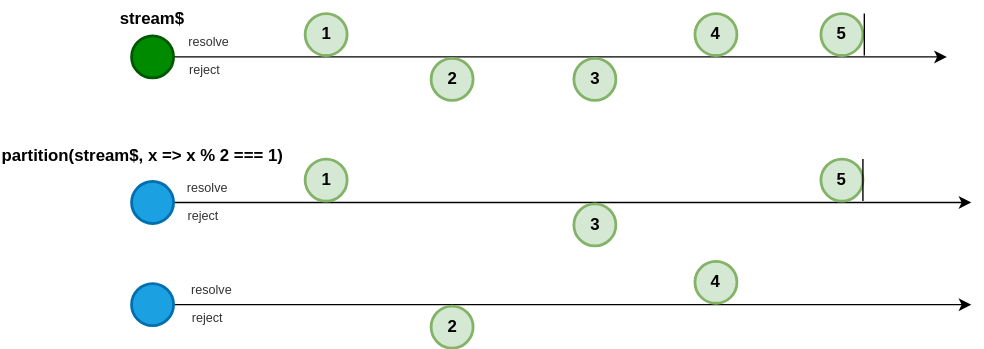
Before: docs/public/partition.drawio.svg, a diagram exported from draw.io (fluthjs/fluth-doc). Source tidied: cells renumbered, new cells last; positions are measured from the earlier drawing's top-left corner, leaving out a move shared by most shapes.
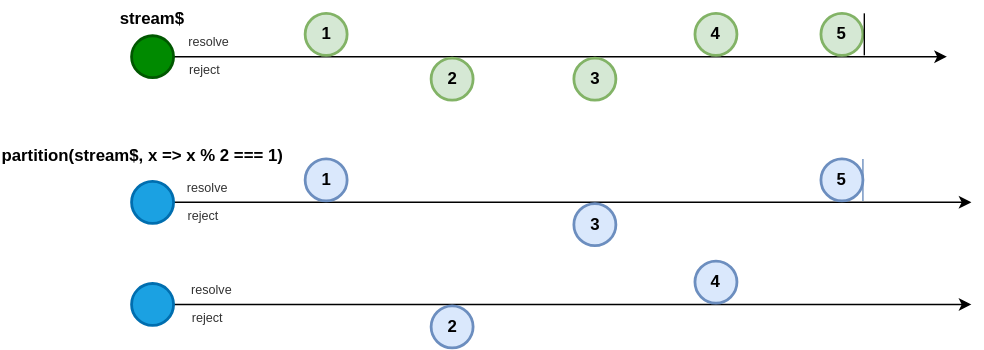
After the change.

The edit, as a diff of the source:
```diff
@@ -45,16 +45,16 @@
         <mxPoint x="618" y="9" as="targetPoint" />
       </mxGeometry>
     </mxCell>
-    <mxCell id="14" value="1" style="ellipse;whiteSpace=wrap;html=1;strokeWidth=2;fontStyle=1;fillColor=#d5e8d4;strokeColor=#82b366;" parent="1" vertex="1">
+    <mxCell id="14" value="1" style="ellipse;whiteSpace=wrap;html=1;strokeWidth=2;fontStyle=1;fillColor=#dae8fc;strokeColor=#6c8ebf;" parent="1" vertex="1">
       <mxGeometry x="218.5" y="113" width="30" height="30" as="geometry" />
     </mxCell>
-    <mxCell id="15" value="3" style="ellipse;whiteSpace=wrap;html=1;strokeWidth=2;fontStyle=1;fillColor=#d5e8d4;strokeColor=#82b366;" parent="1" vertex="1">
+    <mxCell id="15" value="3" style="ellipse;whiteSpace=wrap;html=1;strokeWidth=2;fontStyle=1;fillColor=#dae8fc;strokeColor=#6c8ebf;" parent="1" vertex="1">
       <mxGeometry x="410.5" y="145" width="30" height="30" as="geometry" />
     </mxCell>
-    <mxCell id="16" value="5" style="ellipse;whiteSpace=wrap;html=1;strokeWidth=2;fontStyle=1;fillColor=#d5e8d4;strokeColor=#82b366;" parent="1" vertex="1">
+    <mxCell id="16" value="5" style="ellipse;whiteSpace=wrap;html=1;strokeWidth=2;fontStyle=1;fillColor=#dae8fc;strokeColor=#6c8ebf;" parent="1" vertex="1">
       <mxGeometry x="587" y="113" width="30" height="30" as="geometry" />
     </mxCell>
-    <mxCell id="17" style="endArrow=none;html=1;rounded=0;strokeWidth=1;" parent="1" edge="1">
+    <mxCell id="17" style="endArrow=none;html=1;rounded=0;strokeWidth=1;fillColor=#dae8fc;strokeColor=#6c8ebf;" parent="1" edge="1">
       <mxGeometry relative="1" as="geometry">
         <mxPoint x="617" y="143" as="sourcePoint" />
         <mxPoint x="617" y="113" as="targetPoint" />
@@ -68,10 +68,10 @@
     <mxCell id="19" style="ellipse;whiteSpace=wrap;html=1;strokeWidth=2;fontStyle=1;fillColor=#1ba1e2;fontColor=#ffffff;strokeColor=#006EAF;" parent="1" vertex="1">
       <mxGeometry x="94.5" y="202" width="30" height="30" as="geometry" />
     </mxCell>
-    <mxCell id="20" value="2" style="ellipse;whiteSpace=wrap;html=1;strokeWidth=2;fontStyle=1;fillColor=#d5e8d4;strokeColor=#82b366;" parent="1" vertex="1">
+    <mxCell id="20" value="2" style="ellipse;whiteSpace=wrap;html=1;strokeWidth=2;fontStyle=1;fillColor=#dae8fc;strokeColor=#6c8ebf;" parent="1" vertex="1">
       <mxGeometry x="308.5" y="218" width="30" height="30" as="geometry" />
     </mxCell>
-    <mxCell id="21" value="4" style="ellipse;whiteSpace=wrap;html=1;strokeWidth=2;fontStyle=1;fillColor=#d5e8d4;strokeColor=#82b366;" parent="1" vertex="1">
+    <mxCell id="21" value="4" style="ellipse;whiteSpace=wrap;html=1;strokeWidth=2;fontStyle=1;fillColor=#dae8fc;strokeColor=#6c8ebf;" parent="1" vertex="1">
       <mxGeometry x="497" y="186" width="30" height="30" as="geometry" />
     </mxCell>
     <mxCell id="22" value="resolve" style="text;html=1;align=center;verticalAlign=middle;whiteSpace=wrap;rounded=0;fontSize=9;fontColor=#333333;" parent="1" vertex="1">
```
